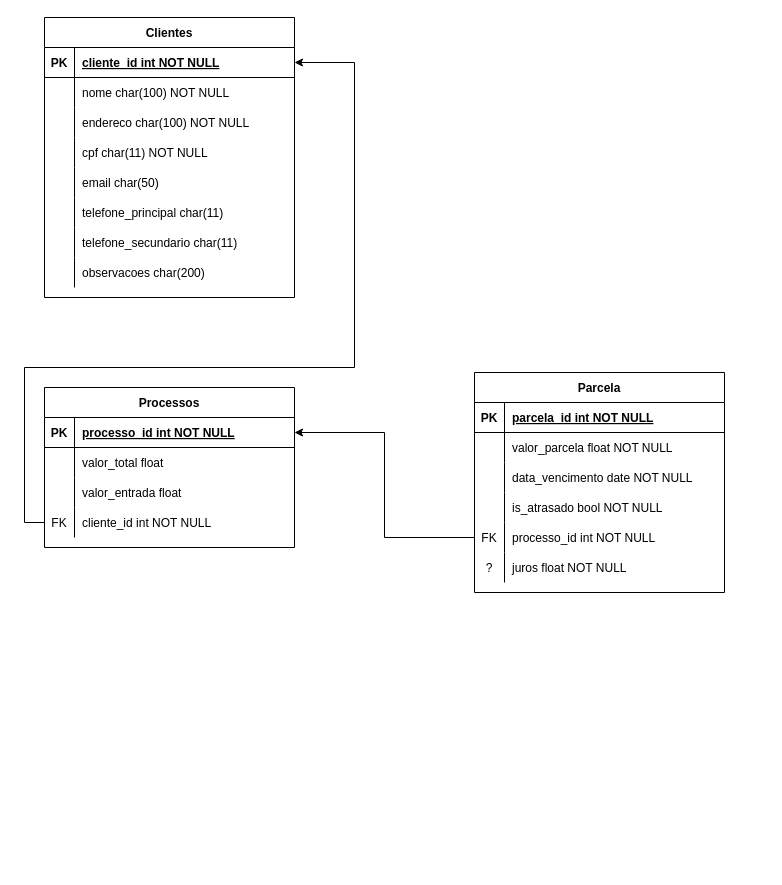
Before: app/docs/db/DB.drawio in lamfsantos/controle-financeiro, a draw.io diagram. Source tidied: cells renumbered, new cells numbered last; positions are measured from the earlier drawing's top-left corner, leaving out a move shared by most shapes. Both pictures are drawn from the tidied source at 100%, with x=0, y=0 at pixel (24, 17).
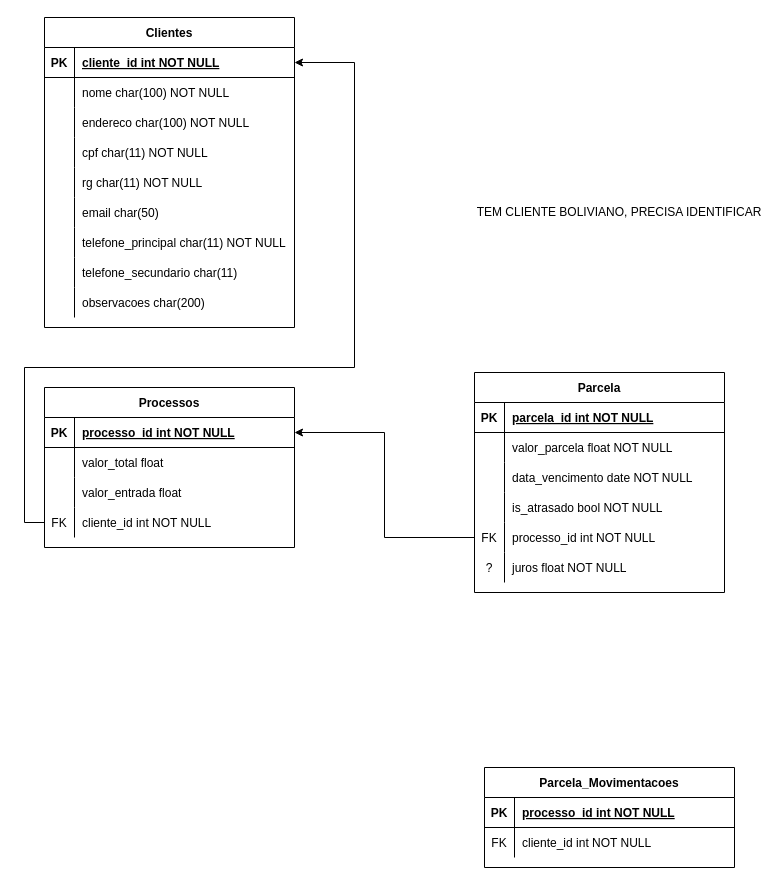
The same page after the edit.

What changed in the source:
```diff
@@
     <mxCell id="2" value="Clientes" style="shape=table;startSize=30;childLayout=tableLayout;rowLines=0;fontStyle=1;align=center;" parent="1" vertex="1">
-      <mxGeometry x="20" width="250" height="280" as="geometry" />
+      <mxGeometry x="20" width="250" height="310" as="geometry" />
     </mxCell>
@@
+    <mxCell id="61" style="shape=partialRectangle;fillColor=none;top=0;left=0;right=0;bottom=0;" parent="2" vertex="1">
+      <mxGeometry y="120" width="250" height="30" as="geometry" />
+    </mxCell>
+    <mxCell id="62" style="shape=partialRectangle;overflow=hidden;fillColor=none;top=0;left=0;bottom=0;right=0;" parent="61" vertex="1">
+      <mxGeometry width="30" height="30" as="geometry" />
+    </mxCell>
+    <mxCell id="63" value="cpf char(11) NOT NULL" style="shape=partialRectangle;overflow=hidden;fillColor=none;top=0;left=0;bottom=0;right=0;align=left;spacingLeft=6;" parent="61" vertex="1">
+      <mxGeometry x="30" width="220" height="30" as="geometry" />
+    </mxCell>
     <mxCell id="12" style="shape=partialRectangle;fillColor=none;top=0;left=0;right=0;bottom=0;" parent="2" vertex="1">
-      <mxGeometry y="120" width="250" height="30" as="geometry" />
+      <mxGeometry y="150" width="250" height="30" as="geometry" />
     </mxCell>
@@
-    <mxCell id="14" value="cpf char(11) NOT NULL" style="shape=partialRectangle;overflow=hidden;fillColor=none;top=0;left=0;bottom=0;right=0;align=left;spacingLeft=6;" parent="12" vertex="1">
+    <mxCell id="14" value="rg char(11) NOT NULL" style="shape=partialRectangle;overflow=hidden;fillColor=none;top=0;left=0;bottom=0;right=0;align=left;spacingLeft=6;" parent="12" vertex="1">
       <mxGeometry x="30" width="220" height="30" as="geometry" />
     </mxCell>
     <mxCell id="15" style="shape=partialRectangle;fillColor=none;top=0;left=0;right=0;bottom=0;" parent="2" vertex="1">
-      <mxGeometry y="150" width="250" height="30" as="geometry" />
+      <mxGeometry y="180" width="250" height="30" as="geometry" />
     </mxCell>
@@
     <mxCell id="18" style="shape=partialRectangle;fillColor=none;top=0;left=0;right=0;bottom=0;" parent="2" vertex="1">
-      <mxGeometry y="180" width="250" height="30" as="geometry" />
+      <mxGeometry y="210" width="250" height="30" as="geometry" />
     </mxCell>
@@
-    <mxCell id="20" value="telefone_principal char(11)" style="shape=partialRectangle;overflow=hidden;fillColor=none;top=0;left=0;bottom=0;right=0;align=left;spacingLeft=6;" parent="18" vertex="1">
+    <mxCell id="20" value="telefone_principal char(11) NOT NULL" style="shape=partialRectangle;overflow=hidden;fillColor=none;top=0;left=0;bottom=0;right=0;align=left;spacingLeft=6;" parent="18" vertex="1">
       <mxGeometry x="30" width="220" height="30" as="geometry" />
     </mxCell>
     <mxCell id="21" style="shape=partialRectangle;fillColor=none;top=0;left=0;right=0;bottom=0;" parent="2" vertex="1">
-      <mxGeometry y="210" width="250" height="30" as="geometry" />
+      <mxGeometry y="240" width="250" height="30" as="geometry" />
     </mxCell>
@@
     <mxCell id="24" style="shape=partialRectangle;fillColor=none;top=0;left=0;right=0;bottom=0;" parent="2" vertex="1">
-      <mxGeometry y="240" width="250" height="30" as="geometry" />
+      <mxGeometry y="270" width="250" height="30" as="geometry" />
     </mxCell>
@@
+    <mxCell id="64" value="Parcela_Movimentacoes" style="shape=table;startSize=30;childLayout=tableLayout;rowLines=0;fontStyle=1;align=center;" parent="1" vertex="1">
+      <mxGeometry x="460" y="750" width="250" height="100" as="geometry" />
+    </mxCell>
+    <mxCell id="65" style="shape=partialRectangle;fillColor=none;top=0;left=0;right=0;bottom=1;" parent="64" vertex="1">
+      <mxGeometry y="30" width="250" height="30" as="geometry" />
+    </mxCell>
+    <mxCell id="66" value="PK" style="shape=partialRectangle;overflow=hidden;fillColor=none;top=0;left=0;bottom=0;right=0;fontStyle=1;" parent="65" vertex="1">
+      <mxGeometry width="30" height="30" as="geometry" />
+    </mxCell>
+    <mxCell id="67" value="processo_id int NOT NULL " style="shape=partialRectangle;overflow=hidden;fillColor=none;top=0;left=0;bottom=0;right=0;align=left;spacingLeft=6;fontStyle=5;" parent="65" vertex="1">
+      <mxGeometry x="30" width="220" height="30" as="geometry" />
+    </mxCell>
+    <mxCell id="68" style="shape=partialRectangle;fillColor=none;top=0;left=0;right=0;bottom=0;" parent="64" vertex="1">
+      <mxGeometry y="60" width="250" height="30" as="geometry" />
+    </mxCell>
+    <mxCell id="69" value="FK" style="shape=partialRectangle;overflow=hidden;fillColor=none;top=0;left=0;bottom=0;right=0;" parent="68" vertex="1">
+      <mxGeometry width="30" height="30" as="geometry" />
+    </mxCell>
+    <mxCell id="70" value="cliente_id int NOT NULL" style="shape=partialRectangle;overflow=hidden;fillColor=none;top=0;left=0;bottom=0;right=0;align=left;spacingLeft=6;" parent="68" vertex="1">
+      <mxGeometry x="30" width="220" height="30" as="geometry" />
+    </mxCell>
+    <mxCell id="71" value="TEM CLIENTE BOLIVIANO, PRECISA IDENTIFICAR" style="text;html=1;align=center;verticalAlign=middle;whiteSpace=wrap;rounded=0;" parent="1" vertex="1">
+      <mxGeometry x="450" y="160" width="290" height="70" as="geometry" />
+    </mxCell>
```
